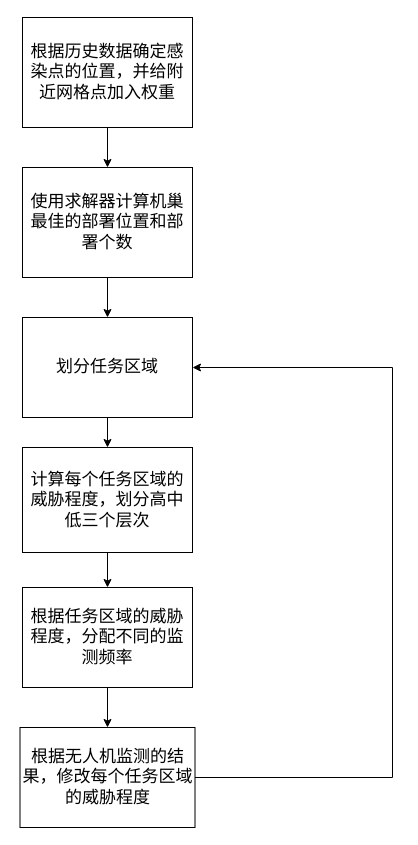
AGUANX/draw keeps this draw.io diagram as 权重修改逻辑.drawio. Above is the earlier version. Source tidied: cells renumbered, new cells numbered last; positions are measured from the earlier drawing's top-left corner, leaving out a move shared by most shapes. Both pictures are drawn from the tidied source at 100%, with x=0, y=0 at pixel (20, 17).
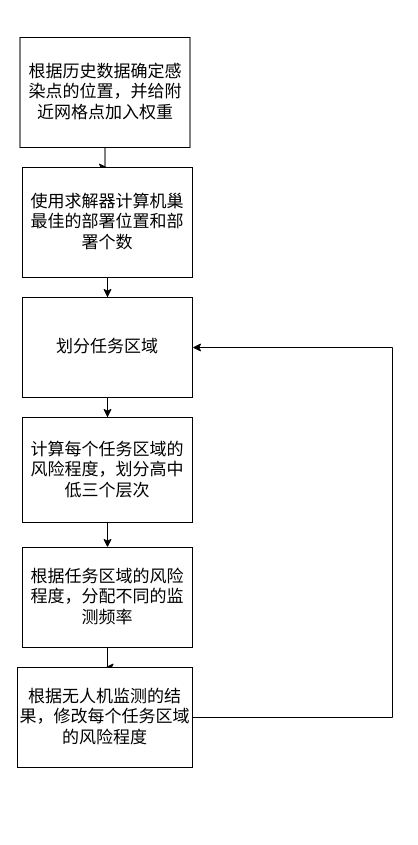
The same diagram, later.

Commit message (it also covers changes not shown here):
更新权重修改逻辑.drawio

Diff of the diagram source:
```diff
@@
 <mxGraphModel>
   <root>
     <mxCell id="0" />
     <mxCell id="1" parent="0" />
     <mxCell id="2" style="edgeStyle=orthogonalEdgeStyle;rounded=0;jettySize=auto;html=1;fontSize=17;" parent="1" edge="1" source="3" target="5">
       <mxGeometry relative="1" as="geometry" />
     </mxCell>
     <mxCell id="3" value="根据历史数据确定感染点的位置，并给附近网格点加入权重" style="rounded=0;whiteSpace=wrap;html=1;fontSize=17;" parent="1" vertex="1">
-      <mxGeometry x="2" width="170" height="110" as="geometry" />
+      <mxGeometry x="-0.5" y="20" width="170" height="110" as="geometry" />
     </mxCell>
     <mxCell id="4" style="edgeStyle=orthogonalEdgeStyle;rounded=0;jettySize=auto;html=1;" parent="1" edge="1" source="5" target="7">
       <mxGeometry relative="1" as="geometry" />
     </mxCell>
     <mxCell id="5" value="使用求解器计算机巢最佳的部署位置和部署个数" style="whiteSpace=wrap;html=1;rounded=0;fontSize=17;" parent="1" vertex="1">
       <mxGeometry x="2" y="150" width="170" height="110" as="geometry" />
     </mxCell>
     <mxCell id="6" style="edgeStyle=orthogonalEdgeStyle;rounded=0;jettySize=auto;html=1;" parent="1" edge="1" source="7" target="9">
       <mxGeometry relative="1" as="geometry" />
     </mxCell>
     <mxCell id="7" value="划分任务区域" style="whiteSpace=wrap;html=1;fontSize=17;rounded=0;" parent="1" vertex="1">
-      <mxGeometry x="2" y="300" width="170" height="100" as="geometry" />
+      <mxGeometry x="2" y="280" width="170" height="100" as="geometry" />
     </mxCell>
     <mxCell id="8" style="edgeStyle=orthogonalEdgeStyle;rounded=0;jettySize=auto;html=1;" parent="1" edge="1" source="9" target="11">
       <mxGeometry relative="1" as="geometry" />
     </mxCell>
-    <mxCell id="9" value="计算每个任务区域的威胁程度，划分高中低三个层次" style="whiteSpace=wrap;html=1;fontSize=17;rounded=0;" parent="1" vertex="1">
-      <mxGeometry x="2" y="430" width="170" height="105" as="geometry" />
+    <mxCell id="9" value="计算每个任务区域的风险程度，划分高中低三个层次" style="whiteSpace=wrap;html=1;fontSize=17;rounded=0;" parent="1" vertex="1">
+      <mxGeometry x="2" y="400" width="170" height="105" as="geometry" />
     </mxCell>
     <mxCell id="10" style="edgeStyle=orthogonalEdgeStyle;rounded=0;jettySize=auto;html=1;" parent="1" edge="1" source="11" target="13">
       <mxGeometry relative="1" as="geometry" />
     </mxCell>
-    <mxCell id="11" value="根据任务区域的威胁程度，分配不同的监测频率" style="whiteSpace=wrap;html=1;fontSize=17;rounded=0;" parent="1" vertex="1">
-      <mxGeometry x="2" y="570" width="170" height="100" as="geometry" />
+    <mxCell id="11" value="根据任务区域的风险程度，分配不同的监测频率" style="whiteSpace=wrap;html=1;fontSize=17;rounded=0;" parent="1" vertex="1">
+      <mxGeometry x="2" y="530" width="170" height="100" as="geometry" />
     </mxCell>
     <mxCell id="12" style="edgeStyle=orthogonalEdgeStyle;rounded=0;jettySize=auto;html=1;" parent="1" edge="1" source="13" target="7">
       <mxGeometry relative="1" as="geometry">
         <Array as="points">
-          <mxPoint x="372" y="760" />
-          <mxPoint x="372" y="350" />
+          <mxPoint x="372" y="700" />
+          <mxPoint x="372" y="330" />
         </Array>
       </mxGeometry>
     </mxCell>
-    <mxCell id="13" value="根据无人机监测的结果，修改每个任务区域的威胁程度" style="whiteSpace=wrap;html=1;fontSize=17;rounded=0;" parent="1" vertex="1">
-      <mxGeometry x="-0.5" y="710" width="175" height="100" as="geometry" />
+    <mxCell id="13" value="根据无人机监测的结果，修改每个任务区域的风险程度" style="whiteSpace=wrap;html=1;fontSize=17;rounded=0;" parent="1" vertex="1">
+      <mxGeometry x="-3" y="650" width="175" height="100" as="geometry" />
     </mxCell>
   </root>
 </mxGraphModel>
```
